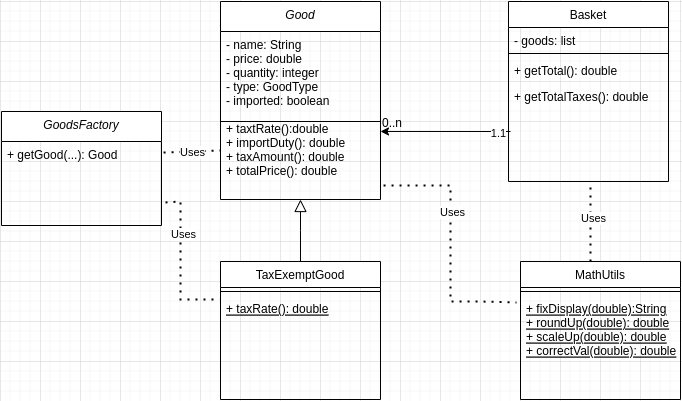
This is docs/sales_test.png from rasmi-aw/SalesTest, a draw.io export, as it was before one commit. Source tidied: cells renumbered, new cells last; positions are measured from the earlier drawing's top-left corner, leaving out a move shared by most shapes. The source it was exported from:
```xml
<mxGraphModel>
  <root>
    <mxCell id="0" />
    <mxCell id="1" parent="0" />
    <mxCell id="2" value="Good" style="swimlane;fontStyle=2;align=center;verticalAlign=top;horizontal=1;startSize=30;rounded=0;shadow=0;strokeWidth=1;" parent="1" vertex="1">
      <mxGeometry x="219" width="160" height="198" as="geometry" />
    </mxCell>
    <mxCell id="3" value="- name: String&#10;- price: double&#10;- quantity: integer&#10;- type: GoodType&#10;- imported: boolean&#10;&#10;" style="text;align=left;verticalAlign=top;spacingLeft=4;spacingRight=4;overflow=hidden;points=[[0,0.5],[1,0.5]];portConstraint=eastwest;" parent="2" vertex="1">
      <mxGeometry y="30" width="160" height="84" as="geometry" />
    </mxCell>
    <mxCell id="4" style="endArrow=none;html=1;rounded=0;" parent="2" edge="1">
      <mxGeometry relative="1" as="geometry">
        <mxPoint y="120" as="sourcePoint" />
        <mxPoint x="160" y="120" as="targetPoint" />
      </mxGeometry>
    </mxCell>
    <mxCell id="5" value="+ taxtRate():double &#10;+ importDuty(): double&#10;+ taxAmount(): double&#10;+ totalPrice(): double" style="text;align=left;verticalAlign=top;spacingLeft=4;spacingRight=4;overflow=hidden;points=[[0,0.5],[1,0.5]];portConstraint=eastwest;" parent="2" vertex="1">
      <mxGeometry y="114" width="160" height="84" as="geometry" />
    </mxCell>
    <mxCell id="6" value="TaxExemptGood" style="swimlane;fontStyle=0;align=center;verticalAlign=top;horizontal=1;startSize=26;rounded=0;shadow=0;strokeWidth=1;" parent="1" vertex="1">
      <mxGeometry x="219" y="260" width="160" height="138" as="geometry" />
    </mxCell>
    <mxCell id="7" style="line;html=1;strokeWidth=1;align=left;verticalAlign=middle;spacingTop=-1;spacingLeft=3;spacingRight=3;labelPosition=right;" parent="6" vertex="1">
      <mxGeometry y="26" width="160" height="8" as="geometry" />
    </mxCell>
    <mxCell id="8" value="+ taxRate(): double" style="text;align=left;verticalAlign=top;spacingLeft=4;spacingRight=4;overflow=hidden;points=[[0,0.5],[1,0.5]];portConstraint=eastwest;fontStyle=4;" parent="6" vertex="1">
      <mxGeometry y="34" width="160" height="26" as="geometry" />
    </mxCell>
    <mxCell id="9" style="endArrow=block;endSize=10;endFill=0;shadow=0;strokeWidth=1;rounded=0;edgeStyle=elbowEdgeStyle;elbow=horizontal;" parent="1" edge="1" source="6" target="2">
      <mxGeometry relative="1" as="geometry" />
    </mxCell>
    <mxCell id="10" value="Basket" style="swimlane;fontStyle=0;align=center;verticalAlign=top;horizontal=1;startSize=26;rounded=0;shadow=0;strokeWidth=1;" parent="1" vertex="1">
      <mxGeometry x="507" width="160" height="180" as="geometry" />
    </mxCell>
    <mxCell id="11" value="- goods: list" style="text;align=left;verticalAlign=top;spacingLeft=4;spacingRight=4;overflow=hidden;" parent="10" vertex="1">
      <mxGeometry y="26" width="160" height="22" as="geometry" />
    </mxCell>
    <mxCell id="12" style="line;html=1;strokeWidth=1;align=left;verticalAlign=middle;spacingTop=-1;spacingLeft=3;spacingRight=3;labelPosition=right;" parent="10" vertex="1">
      <mxGeometry y="48" width="160" height="8" as="geometry" />
    </mxCell>
    <mxCell id="13" value="+ getTotal(): double&#10;" style="text;align=left;verticalAlign=top;spacingLeft=4;spacingRight=4;overflow=hidden;" parent="10" vertex="1">
      <mxGeometry y="56" width="160" height="26" as="geometry" />
    </mxCell>
    <mxCell id="14" value="+ getTotalTaxes(): double" style="text;align=left;verticalAlign=top;spacingLeft=4;spacingRight=4;overflow=hidden;" parent="10" vertex="1">
      <mxGeometry y="82" width="160" height="26" as="geometry" />
    </mxCell>
    <mxCell id="15" value="0..n" style="align=left;verticalAlign=bottom;labelBackgroundColor=none;fontSize=12;" parent="1" vertex="1">
      <mxGeometry x="379" y="130" as="geometry" />
    </mxCell>
    <mxCell id="16" value="MathUtils" style="swimlane;fontStyle=0;align=center;verticalAlign=top;horizontal=1;startSize=26;rounded=0;shadow=0;strokeWidth=1;" parent="1" vertex="1">
      <mxGeometry x="519" y="260" width="160" height="138" as="geometry" />
    </mxCell>
    <mxCell id="17" style="line;html=1;strokeWidth=1;align=left;verticalAlign=middle;spacingTop=-1;spacingLeft=3;spacingRight=3;labelPosition=right;" parent="16" vertex="1">
      <mxGeometry y="26" width="160" height="8" as="geometry" />
    </mxCell>
    <mxCell id="18" value="+ fixDisplay(double):String&#10;+ roundUp(double): double&#10;+ scaleUp(double): double&#10;+ correctVal(double): double" style="text;align=left;verticalAlign=top;spacingLeft=4;spacingRight=4;overflow=hidden;points=[[0,0.5],[1,0.5]];portConstraint=eastwest;fontStyle=4;" parent="16" vertex="1">
      <mxGeometry y="34" width="160" height="86" as="geometry" />
    </mxCell>
    <mxCell id="19" style="endArrow=none;dashed=1;html=1;dashPattern=1 3;strokeWidth=2;rounded=0;" parent="1" edge="1">
      <mxGeometry relative="1" as="geometry">
        <mxPoint x="589" y="260" as="sourcePoint" />
        <mxPoint x="589" y="180" as="targetPoint" />
      </mxGeometry>
    </mxCell>
    <mxCell id="20" value="Uses" style="edgeLabel;html=1;align=center;verticalAlign=middle;" parent="19" vertex="1">
      <mxGeometry x="0.1" y="-2" relative="1" as="geometry" />
    </mxCell>
    <mxCell id="21" style="endArrow=none;dashed=1;html=1;dashPattern=1 3;strokeWidth=2;rounded=0;exitX=1.019;exitY=0.833;exitDx=0;exitDy=0;exitPerimeter=0;entryX=-0.025;entryY=0.081;entryDx=0;entryDy=0;entryPerimeter=0;" parent="1" edge="1" source="5" target="18">
      <mxGeometry relative="1" as="geometry">
        <Array as="points">
          <mxPoint x="449" y="184" />
          <mxPoint x="449" y="300" />
          <mxPoint x="479" y="300" />
        </Array>
      </mxGeometry>
    </mxCell>
    <mxCell id="22" value="Uses" style="edgeLabel;html=1;align=center;verticalAlign=middle;" parent="21" vertex="1">
      <mxGeometry x="-0.25" y="1" relative="1" as="geometry" />
    </mxCell>
    <mxCell id="23" value="GoodsFactory" style="swimlane;fontStyle=2;align=center;verticalAlign=top;horizontal=1;startSize=30;rounded=0;shadow=0;strokeWidth=1;" parent="1" vertex="1">
      <mxGeometry y="110" width="160" height="114" as="geometry" />
    </mxCell>
    <mxCell id="24" value="+ getGood(...): Good" style="text;align=left;verticalAlign=top;spacingLeft=4;spacingRight=4;overflow=hidden;points=[[0,0.5],[1,0.5]];portConstraint=eastwest;" parent="23" vertex="1">
      <mxGeometry y="30" width="160" height="84" as="geometry" />
    </mxCell>
    <mxCell id="25" style="endArrow=none;dashed=1;html=1;dashPattern=1 3;strokeWidth=2;rounded=0;exitX=1.013;exitY=0.131;exitDx=0;exitDy=0;exitPerimeter=0;entryX=0;entryY=0.417;entryDx=0;entryDy=0;entryPerimeter=0;" parent="1" edge="1" source="24" target="5">
      <mxGeometry relative="1" as="geometry" />
    </mxCell>
    <mxCell id="26" value="Uses" style="edgeLabel;html=1;align=center;verticalAlign=middle;" parent="25" vertex="1">
      <mxGeometry x="-0.02" relative="1" as="geometry" />
    </mxCell>
    <mxCell id="27" style="endArrow=none;dashed=1;html=1;dashPattern=1 3;strokeWidth=2;rounded=0;entryX=-0.006;entryY=0.154;entryDx=0;entryDy=0;entryPerimeter=0;exitX=1.025;exitY=0.726;exitDx=0;exitDy=0;exitPerimeter=0;" parent="1" edge="1" source="24" target="8">
      <mxGeometry relative="1" as="geometry">
        <Array as="points">
          <mxPoint x="179" y="200" />
          <mxPoint x="179" y="298" />
        </Array>
      </mxGeometry>
    </mxCell>
    <mxCell id="28" value="Uses&lt;br&gt;" style="edgeLabel;html=1;align=center;verticalAlign=middle;" parent="27" vertex="1">
      <mxGeometry x="-0.37" y="2" relative="1" as="geometry" />
    </mxCell>
    <mxCell id="29" style="endArrow=classic;html=1;rounded=0;entryX=1;entryY=0.19;entryDx=0;entryDy=0;entryPerimeter=0;" parent="1" edge="1" target="5">
      <mxGeometry relative="1" as="geometry">
        <mxPoint x="509" y="130" as="sourcePoint" />
      </mxGeometry>
    </mxCell>
    <mxCell id="30" value="1.1" style="edgeLabel;html=1;align=center;verticalAlign=middle;" parent="29" vertex="1">
      <mxGeometry x="-0.82" y="2" relative="1" as="geometry" />
    </mxCell>
  </root>
</mxGraphModel>
```
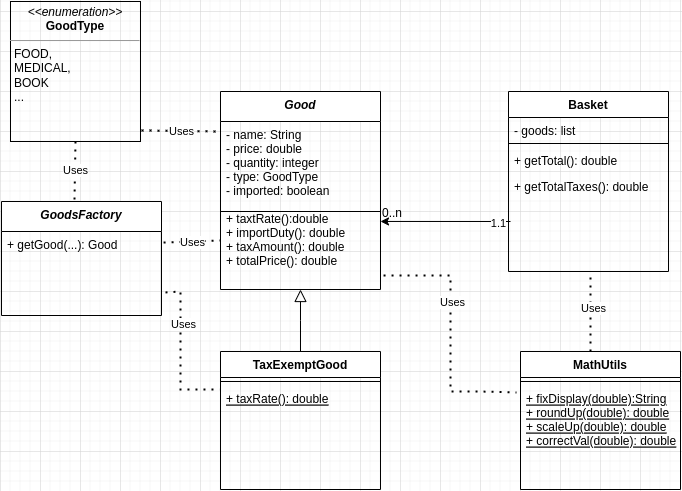
The same diagram one commit later.

Commit message:
Update class diagram (added enum GoodsType)

Change to the diagram source:
```diff
@@ -2,7 +2,7 @@
   <root>
     <mxCell id="0" />
     <mxCell id="1" parent="0" />
-    <mxCell id="2" value="Good" style="swimlane;fontStyle=2;align=center;verticalAlign=top;horizontal=1;startSize=30;rounded=0;shadow=0;strokeWidth=1;" parent="1" vertex="1">
+    <mxCell id="2" value="Good" style="swimlane;fontStyle=3;align=center;verticalAlign=top;horizontal=1;startSize=30;rounded=0;shadow=0;strokeWidth=1;" parent="1" vertex="1">
       <mxGeometry x="219" width="160" height="198" as="geometry" />
     </mxCell>
     <mxCell id="3" value="- name: String&#10;- price: double&#10;- quantity: integer&#10;- type: GoodType&#10;- imported: boolean&#10;&#10;" style="text;align=left;verticalAlign=top;spacingLeft=4;spacingRight=4;overflow=hidden;points=[[0,0.5],[1,0.5]];portConstraint=eastwest;" parent="2" vertex="1">
@@ -17,7 +17,7 @@
     <mxCell id="5" value="+ taxtRate():double &#10;+ importDuty(): double&#10;+ taxAmount(): double&#10;+ totalPrice(): double" style="text;align=left;verticalAlign=top;spacingLeft=4;spacingRight=4;overflow=hidden;points=[[0,0.5],[1,0.5]];portConstraint=eastwest;" parent="2" vertex="1">
       <mxGeometry y="114" width="160" height="84" as="geometry" />
     </mxCell>
-    <mxCell id="6" value="TaxExemptGood" style="swimlane;fontStyle=0;align=center;verticalAlign=top;horizontal=1;startSize=26;rounded=0;shadow=0;strokeWidth=1;" parent="1" vertex="1">
+    <mxCell id="6" value="TaxExemptGood" style="swimlane;fontStyle=1;align=center;verticalAlign=top;horizontal=1;startSize=26;rounded=0;shadow=0;strokeWidth=1;" parent="1" vertex="1">
       <mxGeometry x="219" y="260" width="160" height="138" as="geometry" />
     </mxCell>
     <mxCell id="7" style="line;html=1;strokeWidth=1;align=left;verticalAlign=middle;spacingTop=-1;spacingLeft=3;spacingRight=3;labelPosition=right;" parent="6" vertex="1">
@@ -29,7 +29,7 @@
     <mxCell id="9" style="endArrow=block;endSize=10;endFill=0;shadow=0;strokeWidth=1;rounded=0;edgeStyle=elbowEdgeStyle;elbow=horizontal;" parent="1" edge="1" source="6" target="2">
       <mxGeometry relative="1" as="geometry" />
     </mxCell>
-    <mxCell id="10" value="Basket" style="swimlane;fontStyle=0;align=center;verticalAlign=top;horizontal=1;startSize=26;rounded=0;shadow=0;strokeWidth=1;" parent="1" vertex="1">
+    <mxCell id="10" value="Basket" style="swimlane;fontStyle=1;align=center;verticalAlign=top;horizontal=1;startSize=26;rounded=0;shadow=0;strokeWidth=1;" parent="1" vertex="1">
       <mxGeometry x="507" width="160" height="180" as="geometry" />
     </mxCell>
     <mxCell id="11" value="- goods: list" style="text;align=left;verticalAlign=top;spacingLeft=4;spacingRight=4;overflow=hidden;" parent="10" vertex="1">
@@ -47,7 +47,7 @@
     <mxCell id="15" value="0..n" style="align=left;verticalAlign=bottom;labelBackgroundColor=none;fontSize=12;" parent="1" vertex="1">
       <mxGeometry x="379" y="130" as="geometry" />
     </mxCell>
-    <mxCell id="16" value="MathUtils" style="swimlane;fontStyle=0;align=center;verticalAlign=top;horizontal=1;startSize=26;rounded=0;shadow=0;strokeWidth=1;" parent="1" vertex="1">
+    <mxCell id="16" value="MathUtils" style="swimlane;fontStyle=1;align=center;verticalAlign=top;horizontal=1;startSize=26;rounded=0;shadow=0;strokeWidth=1;" parent="1" vertex="1">
       <mxGeometry x="519" y="260" width="160" height="138" as="geometry" />
     </mxCell>
     <mxCell id="17" style="line;html=1;strokeWidth=1;align=left;verticalAlign=middle;spacingTop=-1;spacingLeft=3;spacingRight=3;labelPosition=right;" parent="16" vertex="1">
@@ -77,7 +77,7 @@
     <mxCell id="22" value="Uses" style="edgeLabel;html=1;align=center;verticalAlign=middle;" parent="21" vertex="1">
       <mxGeometry x="-0.25" y="1" relative="1" as="geometry" />
     </mxCell>
-    <mxCell id="23" value="GoodsFactory" style="swimlane;fontStyle=2;align=center;verticalAlign=top;horizontal=1;startSize=30;rounded=0;shadow=0;strokeWidth=1;" parent="1" vertex="1">
+    <mxCell id="23" value="GoodsFactory" style="swimlane;fontStyle=3;align=center;verticalAlign=top;horizontal=1;startSize=30;rounded=0;shadow=0;strokeWidth=1;" parent="1" vertex="1">
       <mxGeometry y="110" width="160" height="114" as="geometry" />
     </mxCell>
     <mxCell id="24" value="+ getGood(...): Good" style="text;align=left;verticalAlign=top;spacingLeft=4;spacingRight=4;overflow=hidden;points=[[0,0.5],[1,0.5]];portConstraint=eastwest;" parent="23" vertex="1">
@@ -108,5 +108,20 @@
     <mxCell id="30" value="1.1" style="edgeLabel;html=1;align=center;verticalAlign=middle;" parent="29" vertex="1">
       <mxGeometry x="-0.82" y="2" relative="1" as="geometry" />
     </mxCell>
+    <mxCell id="31" value="&lt;p style=&quot;margin:0px;margin-top:4px;text-align:center;&quot;&gt;&lt;i&gt;&amp;lt;&amp;lt;enumeration&amp;gt;&amp;gt;&lt;/i&gt;&lt;br&gt;&lt;b&gt;GoodType&lt;/b&gt;&lt;/p&gt;&lt;hr size=&quot;1&quot;&gt;&lt;p style=&quot;margin:0px;margin-left:4px;&quot;&gt;FOOD,&lt;/p&gt;&lt;p style=&quot;margin:0px;margin-left:4px;&quot;&gt;MEDICAL,&lt;/p&gt;&lt;p style=&quot;margin:0px;margin-left:4px;&quot;&gt;BOOK&lt;/p&gt;&lt;p style=&quot;margin:0px;margin-left:4px;&quot;&gt;...&lt;/p&gt;&lt;p style=&quot;margin:0px;margin-left:4px;&quot;&gt;&lt;br&gt;&lt;/p&gt;" style="verticalAlign=top;align=left;overflow=fill;fontSize=12;fontFamily=Helvetica;html=1;whiteSpace=wrap;fillColor=none;" parent="1" vertex="1">
+      <mxGeometry x="9" y="-90" width="130" height="140" as="geometry" />
+    </mxCell>
+    <mxCell id="32" style="endArrow=none;dashed=1;html=1;dashPattern=1 3;strokeWidth=2;rounded=0;entryX=0;entryY=0.119;entryDx=0;entryDy=0;entryPerimeter=0;exitX=1.008;exitY=0.921;exitDx=0;exitDy=0;exitPerimeter=0;" parent="1" edge="1" source="31" target="3">
+      <mxGeometry relative="1" as="geometry" />
+    </mxCell>
+    <mxCell id="33" value="Uses" style="edgeLabel;html=1;align=center;verticalAlign=middle;" parent="32" vertex="1">
+      <mxGeometry x="-0.02" relative="1" as="geometry" />
+    </mxCell>
+    <mxCell id="34" style="endArrow=none;dashed=1;html=1;dashPattern=1 3;strokeWidth=2;rounded=0;entryX=0.456;entryY=0;entryDx=0;entryDy=0;entryPerimeter=0;exitX=0.5;exitY=1;exitDx=0;exitDy=0;" parent="1" edge="1" source="31" target="23">
+      <mxGeometry relative="1" as="geometry" />
+    </mxCell>
+    <mxCell id="35" value="Uses" style="edgeLabel;html=1;align=center;verticalAlign=middle;" parent="34" vertex="1">
+      <mxGeometry x="-0.02" relative="1" as="geometry" />
+    </mxCell>
   </root>
 </mxGraphModel>
```
